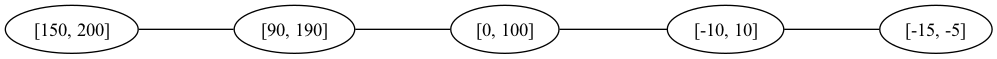
Petrosz007/msc-thesis keeps this Graphviz diagram as graphs/circo/lossy.dot.png. Above is the earlier version. Its source is kept beside it as graphs/circo/lossy.dot.
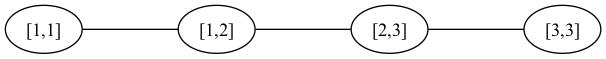
After the change.

Diff of the diagram source:
```diff
@@ -1,14 +1,10 @@
 graph G {
-  a [label="[0, 100]"]
-  b [label="[-10, 10]"]
-  c [label="[-15, -5]"]
-  d [label="[90, 190]"]
-  e [label="[150, 200]"]
+  a [label="[1,1]"]
+  b [label="[1,2]"]
+  c [label="[2,3]"]
+  d [label="[3,3]"]
 
   a -- b
-  a -- d
-
   b -- c
-
-  d -- e
+  c -- d
 }
```
